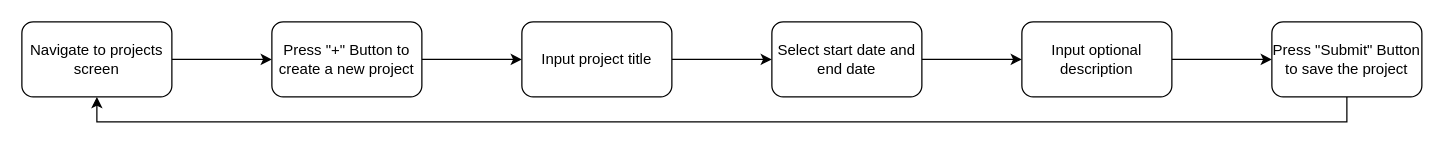
Earlier version of the draw.io diagram ux/userflow_new_project.drawio (robbeCoded/KMP_Timetracking). Source tidied: cells renumbered, new cells numbered last; positions are measured from the earlier drawing's top-left corner, leaving out a move shared by most shapes. Both pictures are drawn from the tidied source at 125%, with x=0, y=0 at pixel (21, 21).
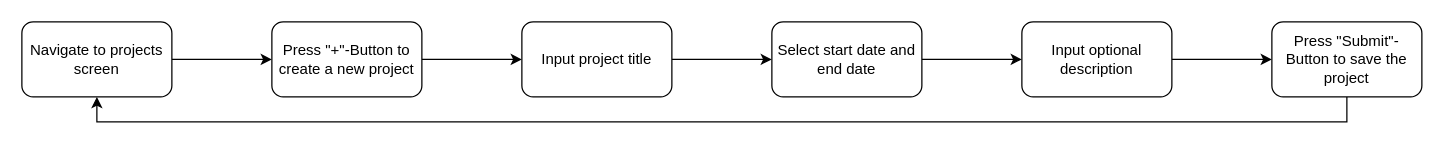
The same diagram, later.

Diff of the diagram source:
```diff
@@
 <mxGraphModel>
   <root>
     <mxCell id="0" />
     <mxCell id="1" parent="0" />
     <mxCell id="2" style="edgeStyle=orthogonalEdgeStyle;rounded=0;jettySize=auto;html=1;" parent="1" edge="1" source="3" target="5">
       <mxGeometry relative="1" as="geometry" />
     </mxCell>
     <mxCell id="3" value="Navigate to projects screen" style="rounded=1;whiteSpace=wrap;html=1;" parent="1" vertex="1">
       <mxGeometry width="120" height="60" as="geometry" />
     </mxCell>
     <mxCell id="4" style="edgeStyle=orthogonalEdgeStyle;rounded=0;jettySize=auto;html=1;" parent="1" edge="1" source="5" target="7">
       <mxGeometry relative="1" as="geometry" />
     </mxCell>
-    <mxCell id="5" value="Press &quot;+&quot; Button to create a new project" style="whiteSpace=wrap;html=1;rounded=1;" parent="1" vertex="1">
+    <mxCell id="5" value="Press &quot;+&quot;-Button to create a new project" style="whiteSpace=wrap;html=1;rounded=1;" parent="1" vertex="1">
       <mxGeometry x="200" width="120" height="60" as="geometry" />
     </mxCell>
     <mxCell id="6" style="edgeStyle=orthogonalEdgeStyle;rounded=0;jettySize=auto;html=1;" parent="1" edge="1" source="7" target="9">
       <mxGeometry relative="1" as="geometry" />
     </mxCell>
     <mxCell id="7" value="Input project title" style="whiteSpace=wrap;html=1;rounded=1;" parent="1" vertex="1">
       <mxGeometry x="400" width="120" height="60" as="geometry" />
     </mxCell>
     <mxCell id="8" style="edgeStyle=orthogonalEdgeStyle;rounded=0;jettySize=auto;html=1;" parent="1" edge="1" source="9" target="11">
       <mxGeometry relative="1" as="geometry" />
     </mxCell>
     <mxCell id="9" value="Select start date and end date" style="whiteSpace=wrap;html=1;rounded=1;" parent="1" vertex="1">
       <mxGeometry x="600" width="120" height="60" as="geometry" />
     </mxCell>
     <mxCell id="10" style="edgeStyle=orthogonalEdgeStyle;rounded=0;jettySize=auto;html=1;" parent="1" edge="1" source="11" target="13">
       <mxGeometry relative="1" as="geometry" />
     </mxCell>
     <mxCell id="11" value="Input optional description" style="whiteSpace=wrap;html=1;rounded=1;" parent="1" vertex="1">
       <mxGeometry x="800" width="120" height="60" as="geometry" />
     </mxCell>
     <mxCell id="12" style="edgeStyle=orthogonalEdgeStyle;rounded=0;jettySize=auto;html=1;exitX=0.5;exitY=1;exitDx=0;exitDy=0;entryX=0.5;entryY=1;entryDx=0;entryDy=0;" parent="1" edge="1" source="13" target="3">
       <mxGeometry relative="1" as="geometry" />
     </mxCell>
-    <mxCell id="13" value="Press &quot;Submit&quot; Button to save the project" style="whiteSpace=wrap;html=1;rounded=1;" parent="1" vertex="1">
+    <mxCell id="13" value="Press &quot;Submit&quot;-Button to save the project" style="whiteSpace=wrap;html=1;rounded=1;" parent="1" vertex="1">
       <mxGeometry x="1000" width="120" height="60" as="geometry" />
     </mxCell>
   </root>
 </mxGraphModel>
```
